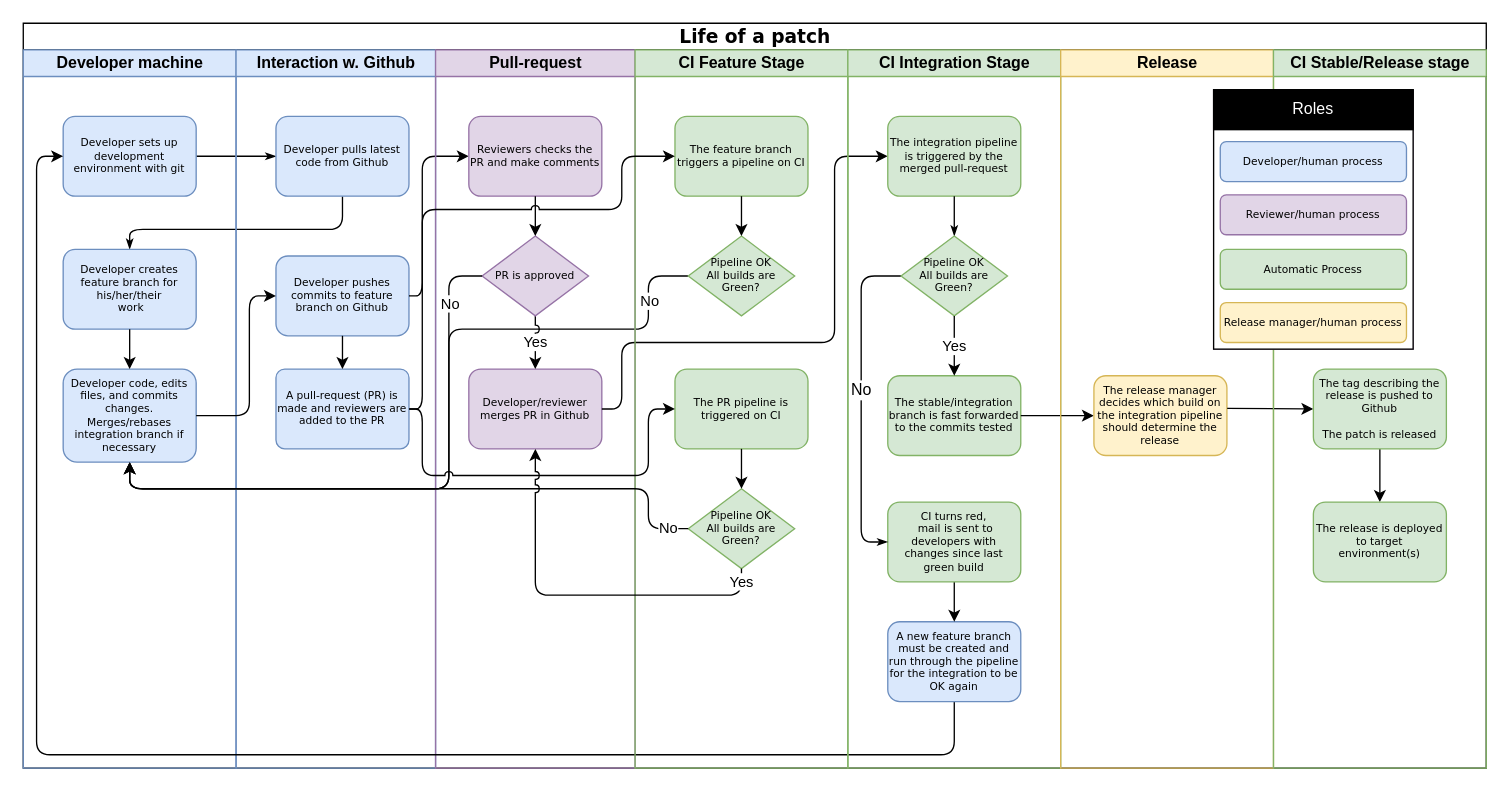
dvaske/life-of-a-patch keeps this draw.io diagram as Life of a patch with pull request.drawio. Above is the earlier version. Source tidied: cells renumbered, new cells numbered last; positions are measured from the earlier drawing's top-left corner, leaving out a move shared by most shapes. Both pictures are drawn from the tidied source at 133%, with x=0, y=0 at pixel (23, 23).
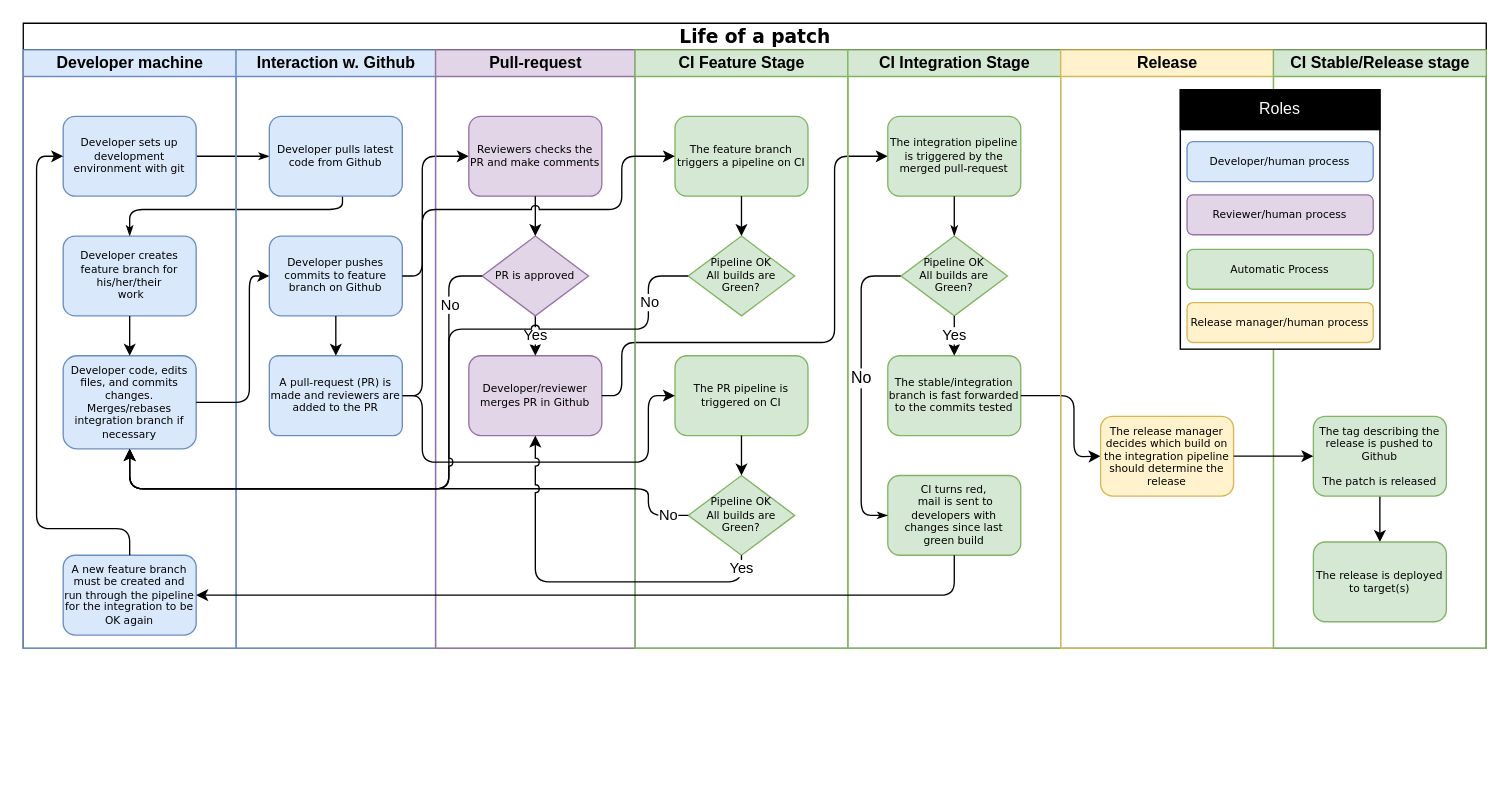
After the change.

The change refers to these unchanged cells:
```xml
<mxCell id="12" value="Developer sets up development environment with git" style="rounded=1;whiteSpace=wrap;html=1;shadow=0;labelBackgroundColor=none;strokeColor=#6c8ebf;strokeWidth=1;fillColor=#dae8fc;fontFamily=Verdana;fontSize=8;fontColor=#000000;align=center;" parent="8" vertex="1">
  <mxGeometry x="30" y="50" width="100" height="60" as="geometry" />
</mxCell>
<mxCell id="21" value="&lt;div&gt;Reviewers checks the PR and make comments&lt;/div&gt;" style="rounded=1;whiteSpace=wrap;html=1;shadow=0;labelBackgroundColor=none;strokeColor=#9673A6;strokeWidth=1;fillColor=#E1D5E7;fontFamily=Verdana;fontSize=8;fontColor=#000000;align=center;" parent="20" vertex="1">
  <mxGeometry x="25" y="50" width="100" height="60" as="geometry" />
</mxCell>
<mxCell id="24" value="&lt;div&gt;PR is approved&lt;/div&gt;" style="rhombus;whiteSpace=wrap;html=1;rounded=0;shadow=0;labelBackgroundColor=none;strokeColor=#9673A6;strokeWidth=1;fillColor=#E1D5E7;fontFamily=Verdana;fontSize=8;fontColor=#000000;align=center;" parent="20" vertex="1">
  <mxGeometry x="35" y="140" width="80" height="60" as="geometry" />
</mxCell>
<mxCell id="30" value="&lt;div&gt;The PR pipeline is triggered on CI&lt;/div&gt;" style="rounded=1;whiteSpace=wrap;html=1;shadow=0;labelBackgroundColor=none;strokeColor=#82b366;strokeWidth=1;fillColor=#d5e8d4;fontFamily=Verdana;fontSize=8;fontColor=#000000;align=center;" parent="29" vertex="1">
  <mxGeometry width="100" height="60" as="geometry" />
</mxCell>
<mxCell id="31" value="Pipeline OK&lt;br&gt;All builds are Green?" style="rhombus;whiteSpace=wrap;html=1;rounded=0;shadow=0;labelBackgroundColor=none;strokeColor=#82b366;strokeWidth=1;fillColor=#d5e8d4;fontFamily=Verdana;fontSize=8;fontColor=#000000;align=center;" parent="29" vertex="1">
  <mxGeometry x="10" y="90" width="80" height="60" as="geometry" />
</mxCell>
<mxCell id="33" value="The feature branch triggers a pipeline on CI" style="rounded=1;whiteSpace=wrap;html=1;shadow=0;labelBackgroundColor=none;strokeColor=#82b366;strokeWidth=1;fillColor=#d5e8d4;fontFamily=Verdana;fontSize=8;fontColor=#000000;align=center;" parent="28" vertex="1">
  <mxGeometry x="30" y="50" width="100" height="60" as="geometry" />
</mxCell>
<mxCell id="34" value="Pipeline OK&lt;br&gt;All builds are Green?" style="rhombus;whiteSpace=wrap;html=1;rounded=0;shadow=0;labelBackgroundColor=none;strokeColor=#82b366;strokeWidth=1;fillColor=#d5e8d4;fontFamily=Verdana;fontSize=8;fontColor=#000000;align=center;" parent="28" vertex="1">
  <mxGeometry x="40" y="140" width="80" height="60" as="geometry" />
</mxCell>
<mxCell id="38" value="The integration pipeline is triggered by the merged pull-request" style="rounded=1;whiteSpace=wrap;html=1;shadow=0;labelBackgroundColor=none;strokeColor=#82b366;strokeWidth=1;fillColor=#d5e8d4;fontFamily=Verdana;fontSize=8;fontColor=#000000;align=center;" parent="36" vertex="1">
  <mxGeometry x="30" y="50" width="100" height="60" as="geometry" />
</mxCell>
<mxCell id="44" value="Pipeline OK&lt;br&gt;All builds are Green?" style="rhombus;whiteSpace=wrap;html=1;rounded=0;shadow=0;labelBackgroundColor=none;strokeColor=#82b366;strokeWidth=1;fillColor=#d5e8d4;fontFamily=Verdana;fontSize=8;fontColor=#000000;align=center;" parent="36" vertex="1">
  <mxGeometry x="40" y="140" width="80" height="60" as="geometry" />
</mxCell>
```

What changed in the source:
```diff
@@
-    <mxCell id="2" style="edgeStyle=none;rounded=1;jumpStyle=arc;jettySize=auto;html=1;exitX=0;exitY=0.5;exitDx=0;exitDy=0;" parent="1" edge="1" source="34">
-      <mxGeometry relative="1" as="geometry">
-        <mxPoint x="80" y="330" as="targetPoint" />
-        <Array as="points">
-          <mxPoint x="470" y="190" />
-          <mxPoint x="470" y="230" />
-          <mxPoint x="320" y="230" />
-          <mxPoint x="320" y="350" />
-          <mxPoint x="80" y="350" />
-        </Array>
-      </mxGeometry>
-    </mxCell>
-    <mxCell id="3" value="No" style="edgeLabel;html=1;align=center;verticalAlign=middle;" parent="2" vertex="1">
-      <mxGeometry x="-0.84" relative="1" as="geometry" />
-    </mxCell>
     <mxCell id="4" value="&lt;font style=&quot;font-size: 14px&quot;&gt;Life of a patch&lt;/font&gt;" style="swimlane;html=1;startSize=20;rounded=0;shadow=0;labelBackgroundColor=none;strokeColor=#000000;strokeWidth=1;fillColor=#ffffff;fontFamily=Verdana;fontSize=8;fontColor=#000000;align=center;" parent="1" vertex="1">
-      <mxGeometry width="1100" height="560" as="geometry" />
+      <mxGeometry width="1100" height="470" as="geometry" />
     </mxCell>
     <mxCell id="5" style="edgeStyle=none;rounded=1;jumpStyle=arc;jettySize=auto;html=1;exitX=1;exitY=0.5;exitDx=0;exitDy=0;entryX=0;entryY=0.5;entryDx=0;entryDy=0;" parent="4" edge="1" source="16" target="21">
       <mxGeometry relative="1" as="geometry">
         <Array as="points">
-          <mxPoint x="300" y="290" />
+          <mxPoint x="300" y="280" />
           <mxPoint x="300" y="100" />
         </Array>
       </mxGeometry>
     </mxCell>
@@
     <mxCell id="7" style="edgeStyle=orthogonalEdgeStyle;rounded=1;html=1;labelBackgroundColor=none;startArrow=none;startFill=0;startSize=5;endArrow=classicThin;endFill=1;endSize=5;jettySize=auto;strokeColor=#000000;strokeWidth=1;fontFamily=Verdana;fontSize=8;fontColor=#000000;entryX=0.5;entryY=0;entryDx=0;entryDy=0;" parent="4" edge="1" source="14" target="10">
       <mxGeometry relative="1" as="geometry">
         <Array as="points">
-          <mxPoint x="240" y="155" />
-          <mxPoint x="80" y="155" />
+          <mxPoint x="240" y="140" />
+          <mxPoint x="80" y="140" />
         </Array>
       </mxGeometry>
     </mxCell>
     <mxCell id="8" value="Developer machine" style="swimlane;html=1;startSize=20;fillColor=#dae8fc;strokeColor=#6c8ebf;" parent="4" vertex="1">
-      <mxGeometry y="20" width="160" height="540" as="geometry" />
+      <mxGeometry y="20" width="160" height="450" as="geometry" />
     </mxCell>
     <mxCell id="9" value="Developer code, edits files, and commits changes.&lt;br&gt;Merges/rebases integration branch if necessary" style="rounded=1;whiteSpace=wrap;html=1;shadow=0;labelBackgroundColor=none;strokeColor=#6c8ebf;strokeWidth=1;fillColor=#dae8fc;fontFamily=Verdana;fontSize=8;fontColor=#000000;align=center;" parent="8" vertex="1">
-      <mxGeometry x="30" y="240" width="100" height="70" as="geometry" />
+      <mxGeometry x="30" y="230" width="100" height="70" as="geometry" />
     </mxCell>
     <mxCell id="10" value="&lt;div&gt;Developer creates feature branch for his/her/their&lt;/div&gt;&lt;div&gt;&amp;nbsp;work&lt;/div&gt;" style="rounded=1;whiteSpace=wrap;html=1;shadow=0;labelBackgroundColor=none;strokeColor=#6c8ebf;strokeWidth=1;fillColor=#dae8fc;fontFamily=Verdana;fontSize=8;fontColor=#000000;align=center;" parent="8" vertex="1">
-      <mxGeometry x="30" y="150" width="100" height="60" as="geometry" />
+      <mxGeometry x="30" y="140" width="100" height="60" as="geometry" />
     </mxCell>
@@
+    <mxCell id="37" value="A new feature branch must be created and run through the pipeline for the integration to be OK again" style="rounded=1;whiteSpace=wrap;html=1;shadow=0;labelBackgroundColor=none;strokeColor=#6c8ebf;strokeWidth=1;fillColor=#dae8fc;fontFamily=Verdana;fontSize=8;fontColor=#000000;align=center;" parent="8" vertex="1">
+      <mxGeometry x="30" y="380" width="100" height="60" as="geometry" />
+    </mxCell>
+    <mxCell id="26" style="jettySize=auto;html=1;exitX=0.5;exitY=0;exitDx=0;exitDy=0;entryX=0;entryY=0.5;entryDx=0;entryDy=0;edgeStyle=orthogonalEdgeStyle;rounded=1;" parent="8" edge="1" source="37" target="12">
+      <mxGeometry relative="1" as="geometry">
+        <Array as="points">
+          <mxPoint x="80" y="360" />
+          <mxPoint x="10" y="360" />
+          <mxPoint x="10" y="80" />
+        </Array>
+      </mxGeometry>
+    </mxCell>
     <mxCell id="13" value="Interaction w. Github" style="swimlane;html=1;startSize=20;fillColor=#dae8fc;strokeColor=#6c8ebf;" parent="4" vertex="1">
-      <mxGeometry x="160" y="20" width="150" height="540" as="geometry" />
+      <mxGeometry x="160" y="20" width="150" height="450" as="geometry" />
     </mxCell>
     <mxCell id="14" value="Developer pulls latest code from Github" style="rounded=1;whiteSpace=wrap;html=1;shadow=0;labelBackgroundColor=none;strokeColor=#6c8ebf;strokeWidth=1;fillColor=#dae8fc;fontFamily=Verdana;fontSize=8;fontColor=#000000;align=center;" parent="13" vertex="1">
-      <mxGeometry x="30" y="50" width="100" height="60" as="geometry" />
+      <mxGeometry x="25" y="50" width="100" height="60" as="geometry" />
     </mxCell>
     <mxCell id="15" value="Developer pushes commits to feature branch on Github " style="rounded=1;whiteSpace=wrap;html=1;shadow=0;labelBackgroundColor=none;strokeColor=#6c8ebf;strokeWidth=1;fillColor=#dae8fc;fontFamily=Verdana;fontSize=8;fontColor=#000000;align=center;" parent="13" vertex="1">
-      <mxGeometry x="30" y="155" width="100" height="60" as="geometry" />
+      <mxGeometry x="25" y="140" width="100" height="60" as="geometry" />
     </mxCell>
     <mxCell id="16" value="A pull-request (PR) is made and reviewers are added to the PR" style="rounded=1;whiteSpace=wrap;html=1;shadow=0;labelBackgroundColor=none;strokeColor=#6c8ebf;strokeWidth=1;fillColor=#dae8fc;fontFamily=Verdana;fontSize=8;fontColor=#000000;align=center;arcSize=11;" parent="13" vertex="1">
-      <mxGeometry x="30" y="240" width="100" height="60" as="geometry" />
+      <mxGeometry x="25" y="230" width="100" height="60" as="geometry" />
     </mxCell>
@@
     <mxCell id="18" style="endArrow=classic;html=1;entryX=0;entryY=0.5;exitX=1;exitY=0.5;entryDx=0;entryDy=0;" parent="4" edge="1" source="9" target="15">
       <mxGeometry relative="1" as="geometry">
         <Array as="points">
-          <mxPoint x="170" y="295" />
+          <mxPoint x="170" y="285" />
           <mxPoint x="170" y="250" />
-          <mxPoint x="170" y="205" />
+          <mxPoint x="170" y="190" />
         </Array>
       </mxGeometry>
     </mxCell>
@@
     <mxCell id="20" value="&lt;div&gt;Pull-request&lt;/div&gt;" style="swimlane;html=1;startSize=20;fillColor=#E1D5E7;strokeColor=#9673A6;" parent="4" vertex="1">
-      <mxGeometry x="310" y="20" width="150" height="540" as="geometry" />
+      <mxGeometry x="310" y="20" width="150" height="450" as="geometry" />
     </mxCell>
@@
     <mxCell id="22" value="&lt;div&gt;Developer/reviewer merges PR in Github&lt;/div&gt;" style="rounded=1;whiteSpace=wrap;html=1;shadow=0;labelBackgroundColor=none;strokeColor=#9673A6;strokeWidth=1;fillColor=#E1D5E7;fontFamily=Verdana;fontSize=8;fontColor=#000000;align=center;" parent="20" vertex="1">
-      <mxGeometry x="25" y="240" width="100" height="60" as="geometry" />
+      <mxGeometry x="25" y="230" width="100" height="60" as="geometry" />
     </mxCell>
@@
-    <mxCell id="26" style="jettySize=auto;html=1;exitX=0.5;exitY=1;exitDx=0;exitDy=0;entryX=0;entryY=0.5;entryDx=0;entryDy=0;edgeStyle=orthogonalEdgeStyle;rounded=1;" parent="4" edge="1" source="37" target="12">
-      <mxGeometry relative="1" as="geometry">
-        <Array as="points">
-          <mxPoint x="550" y="550" />
-          <mxPoint x="10" y="550" />
-          <mxPoint x="10" y="115" />
-        </Array>
-      </mxGeometry>
-    </mxCell>
     <mxCell id="27" style="endArrow=classic;html=1;entryX=0;entryY=0.5;exitX=1;exitY=0.5;exitDx=0;exitDy=0;" parent="4" edge="1" source="22" target="38">
       <mxGeometry relative="1" as="geometry">
         <Array as="points">
-          <mxPoint x="450" y="290" />
+          <mxPoint x="450" y="280" />
           <mxPoint x="450" y="240" />
           <mxPoint x="610" y="240" />
           <mxPoint x="610" y="100" />
         </Array>
       </mxGeometry>
     </mxCell>
     <mxCell id="28" value="CI Feature Stage" style="swimlane;html=1;startSize=20;fillColor=#d5e8d4;strokeColor=#82b366;" parent="4" vertex="1">
-      <mxGeometry x="460" y="20" width="160" height="540" as="geometry" />
+      <mxGeometry x="460" y="20" width="160" height="450" as="geometry" />
     </mxCell>
     <mxCell id="29" style="group;" parent="28" vertex="1">
-      <mxGeometry x="30" y="240" width="100" height="151" as="geometry" />
+      <mxGeometry x="30" y="230" width="100" height="151" as="geometry" />
     </mxCell>
@@
     <mxCell id="36" value="CI Integration Stage" style="swimlane;html=1;startSize=20;fillColor=#d5e8d4;strokeColor=#82b366;" parent="4" vertex="1">
-      <mxGeometry x="620" y="20" width="160" height="540" as="geometry" />
+      <mxGeometry x="620" y="20" width="160" height="450" as="geometry" />
     </mxCell>
-    <mxCell id="37" value="A new feature branch must be created and run through the pipeline for the integration to be OK again" style="rounded=1;whiteSpace=wrap;html=1;shadow=0;labelBackgroundColor=none;strokeColor=#6c8ebf;strokeWidth=1;fillColor=#dae8fc;fontFamily=Verdana;fontSize=8;fontColor=#000000;align=center;" parent="36" vertex="1">
-      <mxGeometry x="30" y="430" width="100" height="60" as="geometry" />
-    </mxCell>
@@
-    <mxCell id="39" style="edgeStyle=none;rounded=1;jumpStyle=arc;jettySize=auto;html=1;exitX=0.5;exitY=1;exitDx=0;exitDy=0;entryX=0.5;entryY=0;entryDx=0;entryDy=0;" parent="36" edge="1" source="40" target="37">
-      <mxGeometry relative="1" as="geometry" />
-    </mxCell>
     <mxCell id="40" value="&lt;div&gt;CI turns red,&lt;/div&gt;&lt;div&gt;&amp;nbsp;mail is sent to developers with changes since last green build&lt;/div&gt;" style="rounded=1;whiteSpace=wrap;html=1;shadow=0;labelBackgroundColor=none;strokeColor=#82b366;strokeWidth=1;fillColor=#d5e8d4;fontFamily=Verdana;fontSize=8;fontColor=#000000;align=center;" parent="36" vertex="1">
-      <mxGeometry x="30" y="340" width="100" height="60" as="geometry" />
+      <mxGeometry x="30" y="320" width="100" height="60" as="geometry" />
     </mxCell>
@@
     <mxCell id="42" style="edgeStyle=orthogonalEdgeStyle;rounded=1;html=1;labelBackgroundColor=none;startArrow=none;startFill=0;startSize=5;endArrow=classicThin;endFill=1;endSize=5;jettySize=auto;strokeColor=#000000;strokeWidth=1;fontFamily=Verdana;fontSize=8;fontColor=#000000;exitX=0;exitY=0.5;entryX=0;entryY=0.5;entryDx=0;entryDy=0;" parent="36" edge="1" source="44" target="40">
       <mxGeometry relative="1" as="geometry">
         <Array as="points">
           <mxPoint x="10" y="170" />
-          <mxPoint x="10" y="370" />
+          <mxPoint x="10" y="350" />
         </Array>
       </mxGeometry>
     </mxCell>
@@
     <mxCell id="45" value="The stable/integration branch is fast forwarded to the commits tested" style="rounded=1;whiteSpace=wrap;html=1;shadow=0;labelBackgroundColor=none;strokeColor=#82b366;strokeWidth=1;fillColor=#d5e8d4;fontFamily=Verdana;fontSize=8;fontColor=#000000;align=center;" parent="36" vertex="1">
-      <mxGeometry x="30" y="245" width="100" height="60" as="geometry" />
+      <mxGeometry x="30" y="230" width="100" height="60" as="geometry" />
     </mxCell>
@@
     <mxCell id="47" style="endArrow=classic;html=1;exitX=1;exitY=0.5;entryX=0;entryY=0.5;entryDx=0;entryDy=0;" parent="4" edge="1" source="45" target="49">
-      <mxGeometry relative="1" as="geometry" />
+      <mxGeometry relative="1" as="geometry">
+        <Array as="points">
+          <mxPoint x="790" y="280" />
+          <mxPoint x="790" y="326" />
+        </Array>
+      </mxGeometry>
     </mxCell>
     <mxCell id="48" value="Release" style="swimlane;html=1;startSize=20;fillColor=#fff2cc;strokeColor=#d6b656;" parent="4" vertex="1">
-      <mxGeometry x="780" y="20" width="160" height="540" as="geometry" />
+      <mxGeometry x="780" y="20" width="160" height="450" as="geometry" />
     </mxCell>
     <mxCell id="49" value="The release manager decides which build on the integration pipeline should determine the release" style="rounded=1;whiteSpace=wrap;html=1;shadow=0;labelBackgroundColor=none;strokeColor=#d6b656;strokeWidth=1;fillColor=#fff2cc;fontFamily=Verdana;fontSize=8;fontColor=#000000;align=center;" parent="48" vertex="1">
-      <mxGeometry x="25" y="245" width="100" height="60" as="geometry" />
+      <mxGeometry x="30" y="275.5" width="100" height="60" as="geometry" />
     </mxCell>
-    <mxCell id="50" style="endArrow=classic;html=1;exitX=1;exitY=0.5;entryX=0;entryY=0.5;entryDx=0;entryDy=0;" parent="48" edge="1" target="53">
-      <mxGeometry relative="1" as="geometry">
-        <mxPoint x="125.2" y="269.5" as="sourcePoint" />
-      </mxGeometry>
-    </mxCell>
     <mxCell id="51" value="CI Stable/Release stage" style="swimlane;html=1;startSize=20;fillColor=#d5e8d4;strokeColor=#82b366;" parent="4" vertex="1">
-      <mxGeometry x="940" y="20" width="160" height="540" as="geometry" />
+      <mxGeometry x="940" y="20" width="160" height="450" as="geometry" />
     </mxCell>
@@
     <mxCell id="53" value="The tag describing the release is pushed to Github&lt;br&gt;&lt;br&gt;The patch is released" style="rounded=1;whiteSpace=wrap;html=1;shadow=0;labelBackgroundColor=none;strokeColor=#82b366;strokeWidth=1;fillColor=#d5e8d4;fontFamily=Verdana;fontSize=8;fontColor=#000000;align=center;" parent="51" vertex="1">
-      <mxGeometry x="30" y="240" width="100" height="60" as="geometry" />
+      <mxGeometry x="30" y="275.5" width="100" height="60" as="geometry" />
     </mxCell>
-    <mxCell id="54" value="The release is deployed to target environment(s)" style="rounded=1;whiteSpace=wrap;html=1;shadow=0;labelBackgroundColor=none;strokeColor=#82b366;strokeWidth=1;fillColor=#d5e8d4;fontFamily=Verdana;fontSize=8;fontColor=#000000;align=center;" parent="51" vertex="1">
-      <mxGeometry x="30" y="340" width="100" height="60" as="geometry" />
+    <mxCell id="54" value="The release is deployed to target(s)" style="rounded=1;whiteSpace=wrap;html=1;shadow=0;labelBackgroundColor=none;strokeColor=#82b366;strokeWidth=1;fillColor=#d5e8d4;fontFamily=Verdana;fontSize=8;fontColor=#000000;align=center;" parent="51" vertex="1">
+      <mxGeometry x="30" y="370" width="100" height="60" as="geometry" />
     </mxCell>
     <mxCell id="55" style="group;fillColor=#e1d5e7;strokeColor=#9673A6;" parent="51" vertex="1">
-      <mxGeometry x="-45" y="30" width="150" height="195" as="geometry" />
+      <mxGeometry x="-70" y="30" width="150" height="195" as="geometry" />
     </mxCell>
@@
     <mxCell id="62" style="endArrow=classic;html=1;exitX=0;exitY=0.5;entryX=0.5;entryY=1;" parent="4" edge="1" source="31" target="9">
       <mxGeometry relative="1" as="geometry">
         <Array as="points">
-          <mxPoint x="470" y="380" />
+          <mxPoint x="470" y="370" />
           <mxPoint x="470" y="350" />
           <mxPoint x="320" y="350" />
           <mxPoint x="80" y="350" />
         </Array>
       </mxGeometry>
     </mxCell>
@@
     <mxCell id="64" style="edgeStyle=none;rounded=1;jumpStyle=arc;jettySize=auto;html=1;exitX=1;exitY=0.5;exitDx=0;exitDy=0;entryX=0;entryY=0.5;entryDx=0;entryDy=0;" parent="4" edge="1" source="15" target="33">
       <mxGeometry relative="1" as="geometry">
         <Array as="points">
-          <mxPoint x="300" y="205" />
+          <mxPoint x="300" y="190" />
           <mxPoint x="300" y="140" />
           <mxPoint x="450" y="140" />
           <mxPoint x="450" y="100" />
         </Array>
       </mxGeometry>
     </mxCell>
     <mxCell id="65" style="edgeStyle=none;rounded=1;jettySize=auto;html=1;exitX=1;exitY=0.5;exitDx=0;exitDy=0;entryX=0;entryY=0.5;entryDx=0;entryDy=0;jumpStyle=arc;" parent="4" edge="1" source="16" target="30">
       <mxGeometry relative="1" as="geometry">
         <Array as="points">
-          <mxPoint x="300" y="290" />
-          <mxPoint x="300" y="340" />
-          <mxPoint x="470" y="340" />
-          <mxPoint x="470" y="290" />
+          <mxPoint x="300" y="280" />
+          <mxPoint x="300" y="330" />
+          <mxPoint x="470" y="330" />
+          <mxPoint x="470" y="280" />
         </Array>
       </mxGeometry>
     </mxCell>
     <mxCell id="66" value="Yes" style="edgeStyle=none;rounded=1;jumpStyle=arc;jettySize=auto;html=1;exitX=0.5;exitY=1;exitDx=0;exitDy=0;entryX=0.5;entryY=1;entryDx=0;entryDy=0;" parent="4" edge="1" source="31" target="22">
       <mxGeometry x="-0.93" relative="1" as="geometry">
         <Array as="points">
-          <mxPoint x="540" y="430" />
-          <mxPoint x="385" y="430" />
+          <mxPoint x="540" y="420" />
+          <mxPoint x="385" y="420" />
         </Array>
       </mxGeometry>
     </mxCell>
+    <mxCell id="2" style="edgeStyle=none;rounded=1;jumpStyle=arc;jettySize=auto;html=1;exitX=0;exitY=0.5;exitDx=0;exitDy=0;entryX=0.5;entryY=1;entryDx=0;entryDy=0;" parent="4" edge="1" source="34" target="9">
+      <mxGeometry relative="1" as="geometry">
+        <Array as="points">
+          <mxPoint x="470" y="190" />
+          <mxPoint x="470" y="230" />
+          <mxPoint x="320" y="230" />
+          <mxPoint x="320" y="350" />
+          <mxPoint x="80" y="350" />
+        </Array>
+      </mxGeometry>
+    </mxCell>
+    <mxCell id="3" value="No" style="edgeLabel;html=1;align=center;verticalAlign=middle;" parent="2" vertex="1">
+      <mxGeometry x="-0.84" relative="1" as="geometry" />
+    </mxCell>
-    <mxCell id="67" style="edgeStyle=none;rounded=1;jettySize=auto;html=1;exitX=0;exitY=0.5;exitDx=0;exitDy=0;" parent="1" edge="1" source="24">
+    <mxCell id="67" style="edgeStyle=none;rounded=1;jettySize=auto;html=1;exitX=0;exitY=0.5;exitDx=0;exitDy=0;entryX=0.5;entryY=1;entryDx=0;entryDy=0;" parent="4" edge="1" source="24" target="9">
       <mxGeometry relative="1" as="geometry">
-        <mxPoint x="80" y="330" as="targetPoint" />
         <Array as="points">
           <mxPoint x="320" y="190" />
           <mxPoint x="320" y="350" />
           <mxPoint x="80" y="350" />
         </Array>
       </mxGeometry>
     </mxCell>
@@
+    <mxCell id="50" style="endArrow=classic;html=1;exitX=1;exitY=0.5;entryX=0;entryY=0.5;entryDx=0;entryDy=0;exitDx=0;exitDy=0;" parent="4" edge="1" source="49" target="53">
+      <mxGeometry relative="1" as="geometry" />
+    </mxCell>
+    <mxCell id="39" style="edgeStyle=none;rounded=1;jumpStyle=arc;jettySize=auto;html=1;exitX=0.5;exitY=1;exitDx=0;exitDy=0;entryX=1;entryY=0.5;entryDx=0;entryDy=0;" parent="4" edge="1" source="40" target="37">
+      <mxGeometry relative="1" as="geometry">
+        <Array as="points">
+          <mxPoint x="700" y="430" />
+          <mxPoint x="290" y="430" />
+        </Array>
+      </mxGeometry>
+    </mxCell>
```
